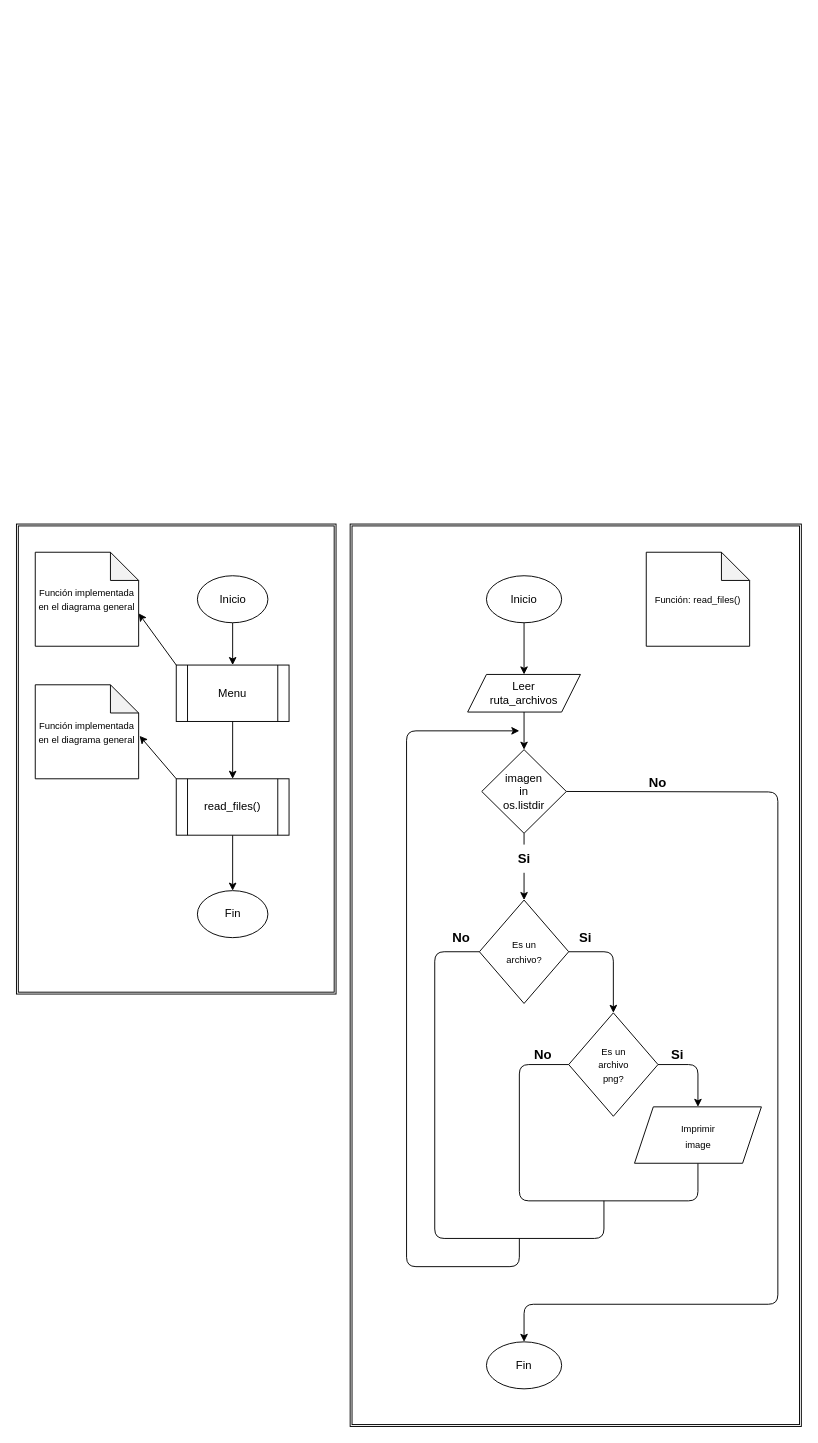
The draw.io diagram Diagrams/read_files.drawio in rrojasj/ImgWatermark, before the edit. Source tidied: cells renumbered, new cells numbered last; positions are measured from the earlier drawing's top-left corner, leaving out a move shared by most shapes. Both pictures are drawn from the tidied source at 94%, with x=0, y=0 at pixel (16, 524).
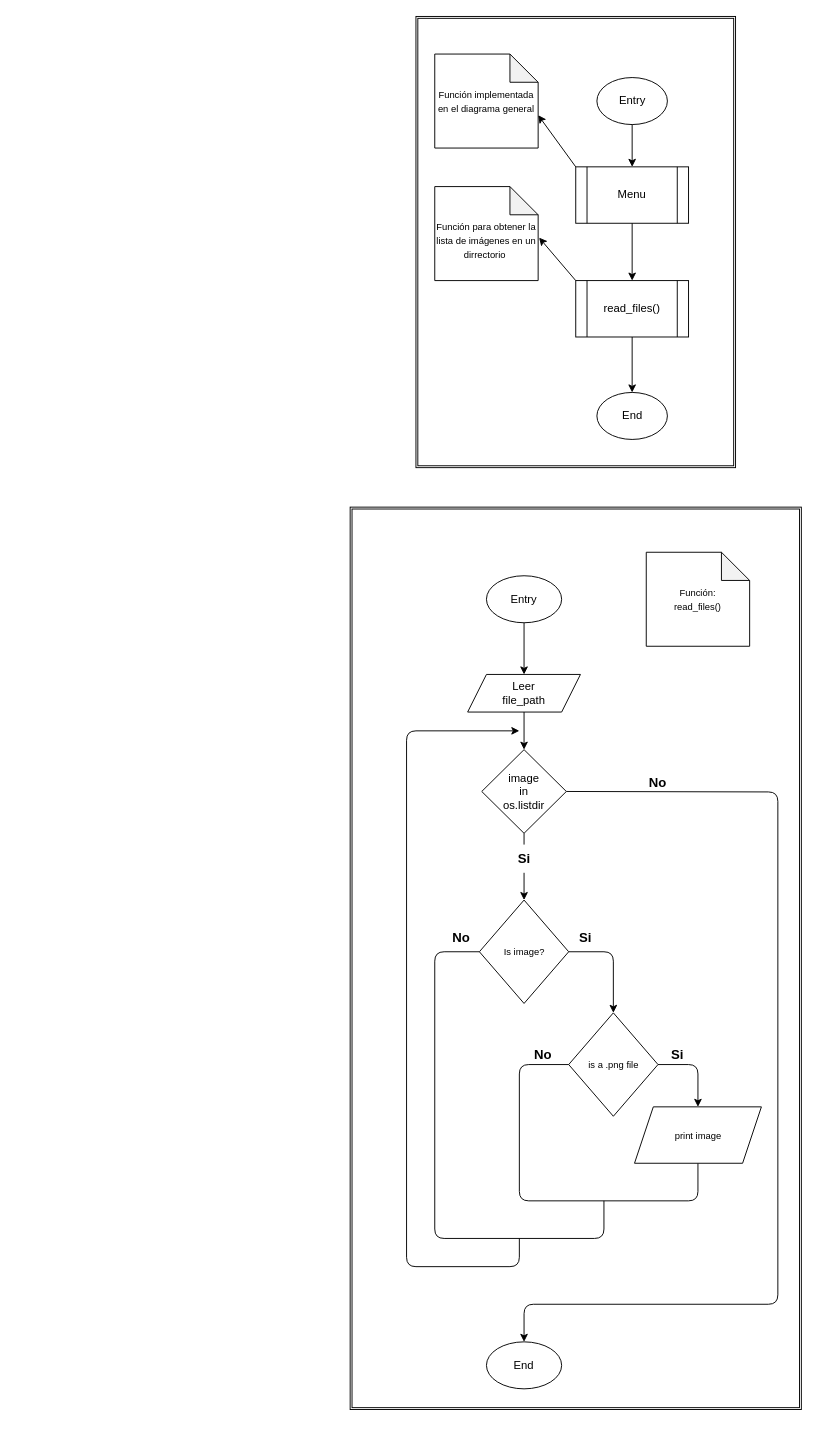
The same diagram, later.

Change to the diagram source:
```diff
@@
     <mxCell id="2" style="shape=ext;double=1;rounded=0;whiteSpace=wrap;html=1;fontSize=10;" parent="1" vertex="1">
-      <mxGeometry x="355" width="480" height="960" as="geometry" />
+      <mxGeometry x="355" y="-18" width="480" height="960" as="geometry" />
     </mxCell>
     <mxCell id="3" style="shape=ext;double=1;rounded=0;whiteSpace=wrap;html=1;fontSize=10;" parent="1" vertex="1">
-      <mxGeometry width="340" height="500" as="geometry" />
+      <mxGeometry x="425" y="-540" width="340" height="480" as="geometry" />
     </mxCell>
-    <mxCell id="4" value="Fin" style="ellipse;whiteSpace=wrap;html=1;" parent="1" vertex="1">
-      <mxGeometry x="192.5" y="390" width="75" height="50" as="geometry" />
+    <mxCell id="4" value="End" style="ellipse;whiteSpace=wrap;html=1;" parent="1" vertex="1">
+      <mxGeometry x="617.5" y="-140" width="75" height="50" as="geometry" />
     </mxCell>
@@
-    <mxCell id="7" value="Inicio" style="ellipse;whiteSpace=wrap;html=1;" parent="1" vertex="1">
-      <mxGeometry x="192.5" y="55" width="75" height="50" as="geometry" />
+    <mxCell id="7" value="Entry" style="ellipse;whiteSpace=wrap;html=1;" parent="1" vertex="1">
+      <mxGeometry x="617.5" y="-475" width="75" height="50" as="geometry" />
     </mxCell>
@@
     <mxCell id="10" value="Menu" style="shape=process;whiteSpace=wrap;html=1;backgroundOutline=1;" parent="1" vertex="1">
-      <mxGeometry x="170" y="150" width="120" height="60" as="geometry" />
+      <mxGeometry x="595" y="-380" width="120" height="60" as="geometry" />
     </mxCell>
@@
-    <mxCell id="13" value="Leer&lt;br&gt;ruta_archivos" style="shape=parallelogram;perimeter=parallelogramPerimeter;whiteSpace=wrap;html=1;fixedSize=1;" parent="1" vertex="1">
+    <mxCell id="13" value="Leer&lt;br&gt;file_path" style="shape=parallelogram;perimeter=parallelogramPerimeter;whiteSpace=wrap;html=1;fixedSize=1;" parent="1" vertex="1">
       <mxGeometry x="480" y="160" width="120" height="40" as="geometry" />
     </mxCell>
     <mxCell id="14" value="read_files()" style="shape=process;whiteSpace=wrap;html=1;backgroundOutline=1;" parent="1" vertex="1">
-      <mxGeometry x="170" y="271" width="120" height="60" as="geometry" />
+      <mxGeometry x="595" y="-259" width="120" height="60" as="geometry" />
     </mxCell>
-    <mxCell id="15" value="Inicio" style="ellipse;whiteSpace=wrap;html=1;" parent="1" vertex="1">
+    <mxCell id="15" value="Entry" style="ellipse;whiteSpace=wrap;html=1;" parent="1" vertex="1">
       <mxGeometry x="500" y="55" width="80" height="50" as="geometry" />
     </mxCell>
     <mxCell id="16" value="&lt;font style=&quot;font-size: 10px;&quot;&gt;Función implementada en el diagrama general&lt;/font&gt;" style="shape=note;whiteSpace=wrap;html=1;backgroundOutline=1;darkOpacity=0.05;" parent="1" vertex="1">
-      <mxGeometry x="20" y="30" width="110" height="100" as="geometry" />
+      <mxGeometry x="445" y="-500" width="110" height="100" as="geometry" />
     </mxCell>
@@
-    <mxCell id="18" value="&lt;font style=&quot;font-size: 10px;&quot;&gt;Función implementada en el diagrama general&lt;/font&gt;" style="shape=note;whiteSpace=wrap;html=1;backgroundOutline=1;darkOpacity=0.05;" parent="1" vertex="1">
-      <mxGeometry x="20" y="171" width="110" height="100" as="geometry" />
+    <mxCell id="18" value="&lt;font style=&quot;font-size: 10px;&quot;&gt;&lt;br&gt;Función para obtener la lista de imágenes en un dirrectorio&amp;nbsp;&lt;/font&gt;" style="shape=note;whiteSpace=wrap;html=1;backgroundOutline=1;darkOpacity=0.05;" parent="1" vertex="1">
+      <mxGeometry x="445" y="-359" width="110" height="100" as="geometry" />
     </mxCell>
-    <mxCell id="19" value="&lt;font style=&quot;font-size: 10px;&quot;&gt;Función: read_files()&lt;/font&gt;" style="shape=note;whiteSpace=wrap;html=1;backgroundOutline=1;darkOpacity=0.05;" parent="1" vertex="1">
+    <mxCell id="19" value="&lt;font style=&quot;font-size: 10px;&quot;&gt;Función: &lt;br&gt;read_files()&lt;/font&gt;" style="shape=note;whiteSpace=wrap;html=1;backgroundOutline=1;darkOpacity=0.05;" parent="1" vertex="1">
       <mxGeometry x="670" y="30" width="110" height="100" as="geometry" />
     </mxCell>
@@
-    <mxCell id="21" value="imagen&lt;br&gt;in&lt;br&gt;os.listdir" style="rhombus;whiteSpace=wrap;html=1;" parent="1" vertex="1">
+    <mxCell id="21" value="image&lt;br&gt;in&lt;br&gt;os.listdir" style="rhombus;whiteSpace=wrap;html=1;" parent="1" vertex="1">
       <mxGeometry x="495" y="240" width="90" height="89" as="geometry" />
     </mxCell>
@@
-    <mxCell id="23" value="&lt;font style=&quot;font-size: 10px;&quot;&gt;Es un &lt;br&gt;archivo?&lt;/font&gt;" style="rhombus;whiteSpace=wrap;html=1;" parent="1" vertex="1">
+    <mxCell id="23" value="&lt;span style=&quot;font-size: 10px;&quot;&gt;Is image?&lt;/span&gt;" style="rhombus;whiteSpace=wrap;html=1;" parent="1" vertex="1">
       <mxGeometry x="492.5" y="400" width="95" height="110" as="geometry" />
     </mxCell>
@@
-    <mxCell id="30" value="&lt;font style=&quot;font-size: 10px;&quot;&gt;Es un &lt;br&gt;archivo&lt;br&gt;png?&lt;/font&gt;" style="rhombus;whiteSpace=wrap;html=1;" parent="1" vertex="1">
+    <mxCell id="30" value="&lt;span style=&quot;font-size: 10px;&quot;&gt;is a .png file&lt;/span&gt;" style="rhombus;whiteSpace=wrap;html=1;" parent="1" vertex="1">
       <mxGeometry x="587.5" y="520" width="95" height="110" as="geometry" />
     </mxCell>
@@
-    <mxCell id="32" value="&lt;font style=&quot;font-size: 10px;&quot;&gt;Imprimir&lt;br&gt;image&lt;br&gt;&lt;/font&gt;" style="shape=parallelogram;perimeter=parallelogramPerimeter;whiteSpace=wrap;html=1;fixedSize=1;fontSize=14;" parent="1" vertex="1">
+    <mxCell id="32" value="&lt;font style=&quot;font-size: 10px;&quot;&gt;print image&lt;br&gt;&lt;/font&gt;" style="shape=parallelogram;perimeter=parallelogramPerimeter;whiteSpace=wrap;html=1;fixedSize=1;fontSize=14;" parent="1" vertex="1">
       <mxGeometry x="657.5" y="620" width="135" height="60" as="geometry" />
     </mxCell>
@@
-    <mxCell id="36" value="Fin" style="ellipse;whiteSpace=wrap;html=1;" parent="1" vertex="1">
+    <mxCell id="36" value="End" style="ellipse;whiteSpace=wrap;html=1;" parent="1" vertex="1">
       <mxGeometry x="500" y="870" width="80" height="50" as="geometry" />
     </mxCell>
```
